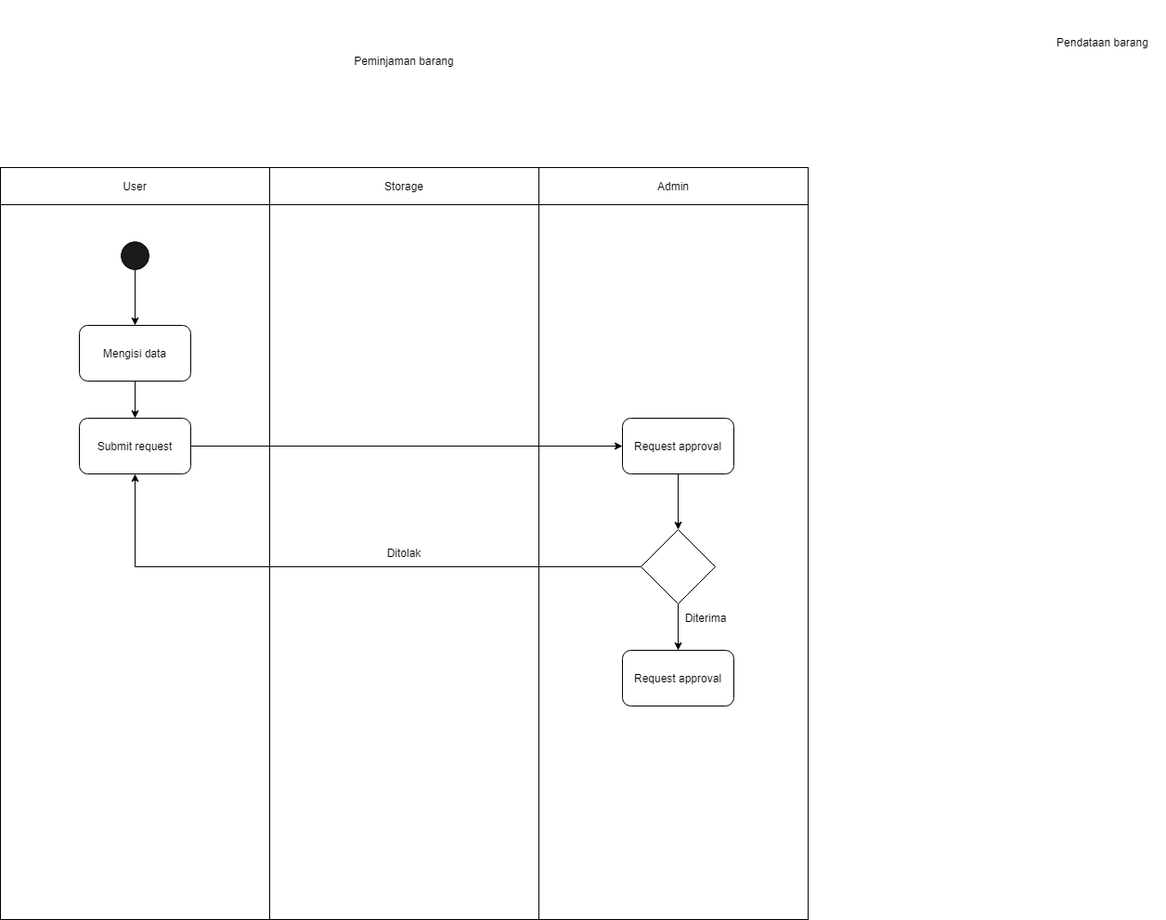
The draw.io diagram diagrams/Activity Diagram.drawio.png in johannfac/aplikasipeminjamanaset, before a commit. Source tidied: cells renumbered, new cells last; positions are measured from the earlier drawing's top-left corner, leaving out a move shared by most shapes.
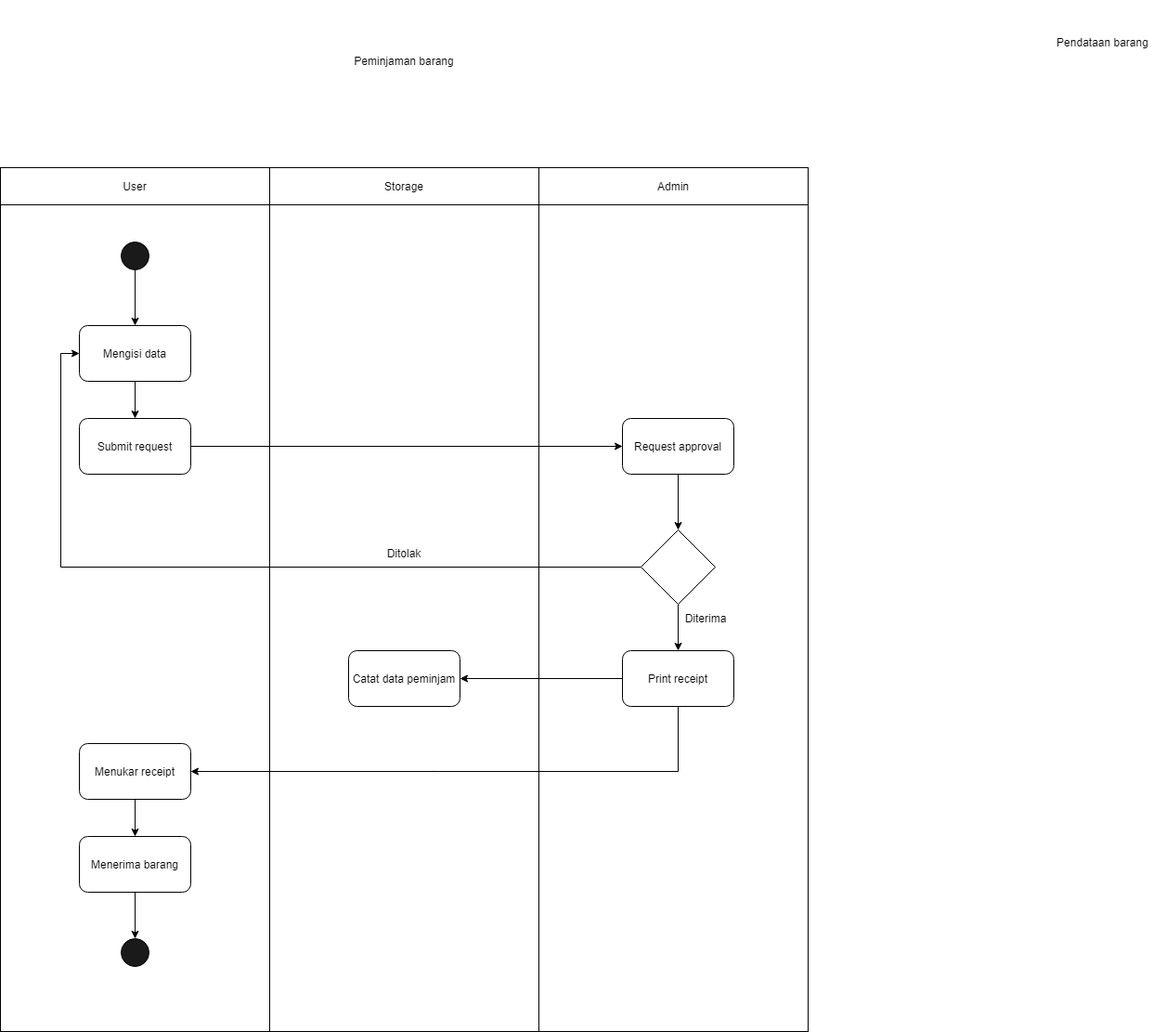
The same diagram one commit later.

Diff of the diagram source:
```diff
@@ -3,10 +3,10 @@
     <mxCell id="0" />
     <mxCell id="1" parent="0" />
     <mxCell id="2" style="rounded=0;whiteSpace=wrap;html=1;fillColor=#FFFFFF;" parent="1" vertex="1">
-      <mxGeometry x="290" y="220" width="290" height="770" as="geometry" />
+      <mxGeometry x="290" y="220" width="290" height="890" as="geometry" />
     </mxCell>
     <mxCell id="3" style="rounded=0;whiteSpace=wrap;html=1;fillColor=#FFFFFF;" parent="1" vertex="1">
-      <mxGeometry y="220" width="290" height="770" as="geometry" />
+      <mxGeometry y="220" width="290" height="890" as="geometry" />
     </mxCell>
     <mxCell id="4" style="edgeStyle=orthogonalEdgeStyle;rounded=0;jettySize=auto;html=1;exitX=0.5;exitY=1;exitDx=0;exitDy=0;" parent="1" edge="1" source="5" target="7">
       <mxGeometry relative="1" as="geometry" />
@@ -33,7 +33,7 @@
       <mxGeometry x="580" y="180" width="290" height="40" as="geometry" />
     </mxCell>
     <mxCell id="12" style="rounded=0;whiteSpace=wrap;html=1;fillColor=#FFFFFF;" parent="1" vertex="1">
-      <mxGeometry x="580" y="220" width="290" height="770" as="geometry" />
+      <mxGeometry x="580" y="220" width="290" height="890" as="geometry" />
     </mxCell>
     <mxCell id="13" value="Peminjaman barang" style="text;html=1;strokeColor=none;fillColor=none;align=center;verticalAlign=middle;whiteSpace=wrap;rounded=0;" parent="1" vertex="1">
       <mxGeometry x="315" width="240" height="130" as="geometry" />
@@ -50,7 +50,7 @@
     <mxCell id="17" value="Request approval" style="rounded=1;whiteSpace=wrap;html=1;fillColor=#FFFFFF;" parent="1" vertex="1">
       <mxGeometry x="670" y="450" width="120" height="60" as="geometry" />
     </mxCell>
-    <mxCell id="18" style="edgeStyle=orthogonalEdgeStyle;rounded=0;jettySize=auto;html=1;exitX=0;exitY=0.5;exitDx=0;exitDy=0;" parent="1" edge="1" source="20" target="15">
+    <mxCell id="18" style="edgeStyle=orthogonalEdgeStyle;rounded=0;jettySize=auto;html=1;exitX=0;exitY=0.5;exitDx=0;exitDy=0;entryX=0;entryY=0.5;entryDx=0;entryDy=0;" parent="1" edge="1" source="20" target="7">
       <mxGeometry relative="1" as="geometry" />
     </mxCell>
     <mxCell id="19" style="edgeStyle=orthogonalEdgeStyle;rounded=0;jettySize=auto;html=1;exitX=0.5;exitY=1;exitDx=0;exitDy=0;" parent="1" edge="1" source="20" target="21">
@@ -59,7 +59,13 @@
     <mxCell id="20" style="rhombus;whiteSpace=wrap;html=1;" parent="1" vertex="1">
       <mxGeometry x="690" y="570" width="80" height="80" as="geometry" />
     </mxCell>
+    <mxCell id="24" style="edgeStyle=orthogonalEdgeStyle;rounded=0;jettySize=auto;html=1;exitX=0;exitY=0.5;exitDx=0;exitDy=0;entryX=1;entryY=0.5;entryDx=0;entryDy=0;" parent="1" edge="1" source="21" target="28">
+      <mxGeometry relative="1" as="geometry" />
+    </mxCell>
+    <mxCell id="25" style="edgeStyle=orthogonalEdgeStyle;rounded=0;jettySize=auto;html=1;exitX=0.5;exitY=1;exitDx=0;exitDy=0;entryX=1;entryY=0.5;entryDx=0;entryDy=0;" parent="1" edge="1" source="21" target="27">
+      <mxGeometry relative="1" as="geometry" />
+    </mxCell>
-    <mxCell id="21" value="Request approval" style="rounded=1;whiteSpace=wrap;html=1;fillColor=#FFFFFF;" parent="1" vertex="1">
+    <mxCell id="21" value="Print receipt" style="rounded=1;whiteSpace=wrap;html=1;fillColor=#FFFFFF;" parent="1" vertex="1">
       <mxGeometry x="670" y="700" width="120" height="60" as="geometry" />
     </mxCell>
     <mxCell id="22" value="Ditolak" style="text;html=1;strokeColor=none;fillColor=none;align=center;verticalAlign=middle;whiteSpace=wrap;rounded=0;" parent="1" vertex="1">
@@ -68,5 +74,23 @@
     <mxCell id="23" value="Diterima" style="text;html=1;strokeColor=none;fillColor=none;align=center;verticalAlign=middle;whiteSpace=wrap;rounded=0;" parent="1" vertex="1">
       <mxGeometry x="730" y="650" width="60" height="30" as="geometry" />
     </mxCell>
+    <mxCell id="26" style="edgeStyle=orthogonalEdgeStyle;rounded=0;jettySize=auto;html=1;exitX=0.5;exitY=1;exitDx=0;exitDy=0;entryX=0.5;entryY=0;entryDx=0;entryDy=0;" parent="1" edge="1" source="27" target="30">
+      <mxGeometry relative="1" as="geometry" />
+    </mxCell>
+    <mxCell id="27" value="Menukar receipt" style="rounded=1;whiteSpace=wrap;html=1;fillColor=#FFFFFF;" parent="1" vertex="1">
+      <mxGeometry x="85" y="800" width="120" height="60" as="geometry" />
+    </mxCell>
+    <mxCell id="28" value="Catat data peminjam" style="rounded=1;whiteSpace=wrap;html=1;fillColor=#FFFFFF;" parent="1" vertex="1">
+      <mxGeometry x="375" y="700" width="120" height="60" as="geometry" />
+    </mxCell>
+    <mxCell id="29" style="edgeStyle=orthogonalEdgeStyle;rounded=0;jettySize=auto;html=1;exitX=0.5;exitY=1;exitDx=0;exitDy=0;entryX=0.5;entryY=0;entryDx=0;entryDy=0;" parent="1" edge="1" source="30" target="31">
+      <mxGeometry relative="1" as="geometry" />
+    </mxCell>
+    <mxCell id="30" value="Menerima barang" style="rounded=1;whiteSpace=wrap;html=1;fillColor=#FFFFFF;" parent="1" vertex="1">
+      <mxGeometry x="85" y="900" width="120" height="60" as="geometry" />
+    </mxCell>
+    <mxCell id="31" style="ellipse;whiteSpace=wrap;html=1;fillColor=#1A1A1A;" parent="1" vertex="1">
+      <mxGeometry x="130" y="1010" width="30" height="30" as="geometry" />
+    </mxCell>
   </root>
 </mxGraphModel>
```
